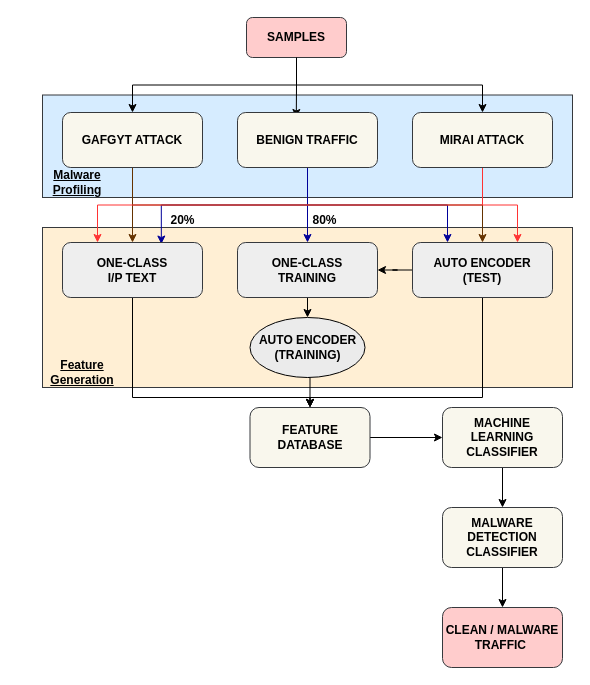
Earlier version of the draw.io diagram ISM-1.drawio (sarthak100301/FlowCharts). Source tidied: cells renumbered, new cells numbered last; positions are measured from the earlier drawing's top-left corner, leaving out a move shared by most shapes. Both pictures are drawn from the tidied source at 100%, with x=0, y=0 at pixel (22, 17). Pictures stored in the file or linked from it are replaced by grey dashed boxes.
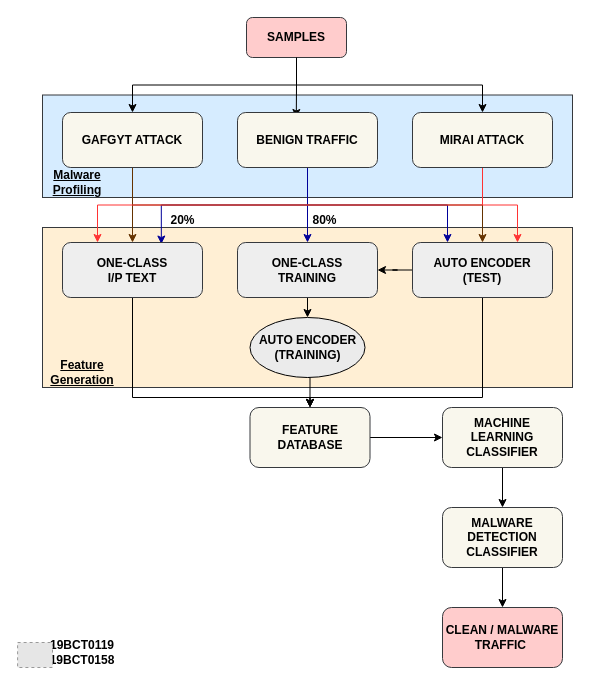
Above is the later version.

Change to the diagram source:
```diff
@@
+    <mxCell id="39" value="&lt;b&gt;19BCT0119&lt;br&gt;19BCT0158&lt;/b&gt;" style="text;html=1;strokeColor=none;fillColor=none;align=center;verticalAlign=middle;whiteSpace=wrap;rounded=0;" parent="1" vertex="1">
+      <mxGeometry x="30" y="620" width="60" height="30" as="geometry" />
+    </mxCell>
+    <mxCell id="40" style="fillColor=#E6E6E6;strokeColor=#999999;dashed=1;verticalLabelPosition=bottom;labelBackgroundColor=default;verticalAlign=top;" parent="1" vertex="1">
+      <mxGeometry x="-4.9" y="625" width="34.9" height="25" as="geometry" />
+    </mxCell>
```
